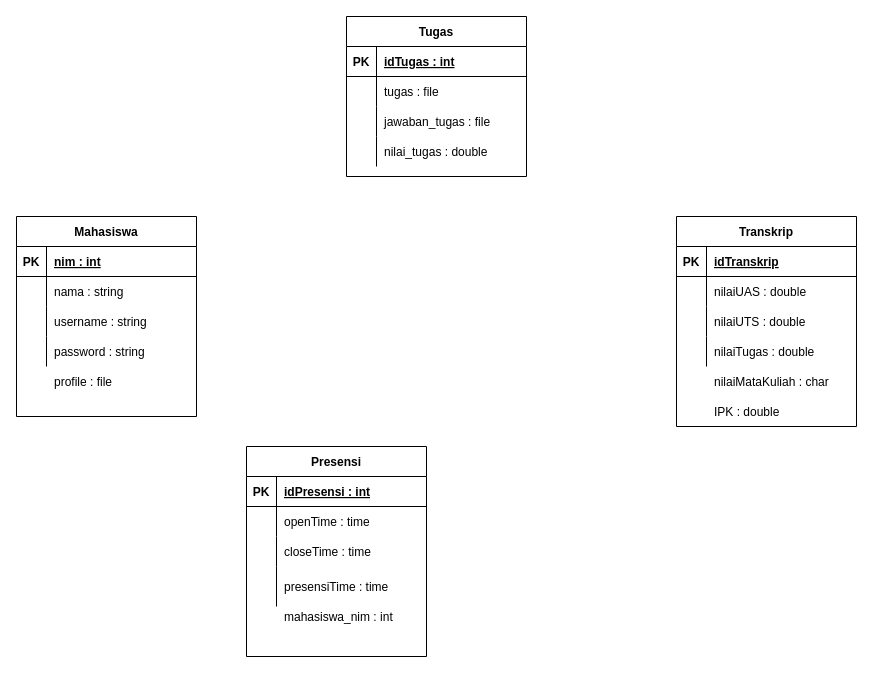
Earlier version of the draw.io diagram page "PDM" (9 of 9) of Untitled Diagram.drawio (Aryanda04/File-common). Source tidied: cells renumbered, new cells numbered last; positions are measured from the earlier drawing's top-left corner, leaving out a move shared by most shapes. Both pictures are drawn from the tidied source at 100%, with x=0, y=0 at pixel (16, 16).
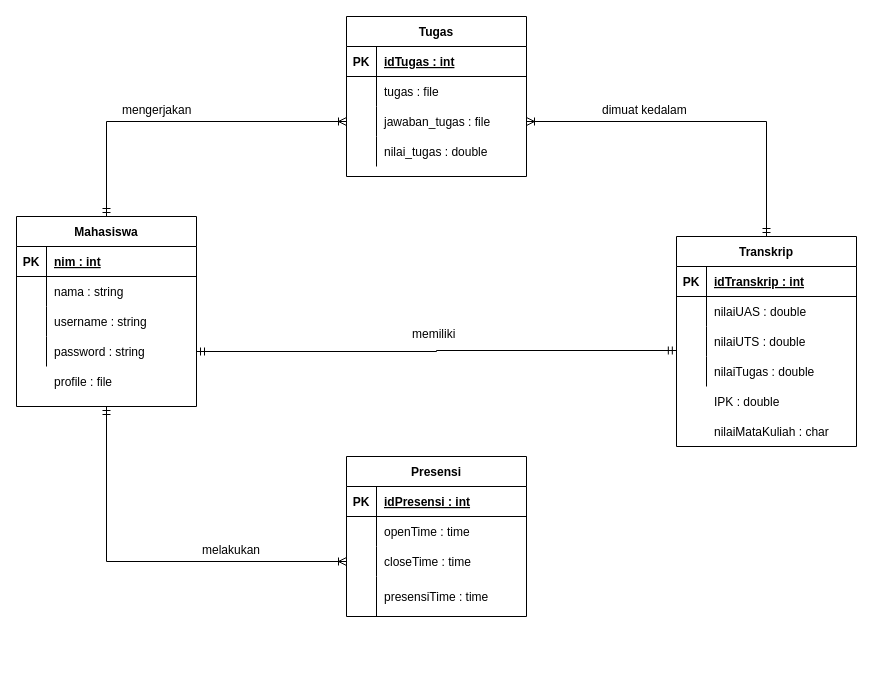
Above is the later version.

Unchanged cells that the change refers to:
```xml
<mxCell id="12" style="shape=partialRectangle;fillColor=none;top=0;left=0;bottom=0;right=0;points=[[0,0.5],[1,0.5]];portConstraint=eastwest;" parent="2" vertex="1">
  <mxGeometry y="120" width="180" height="30" as="geometry" />
</mxCell>
<mxCell id="22" style="shape=partialRectangle;fillColor=none;top=0;left=0;bottom=0;right=0;points=[[0,0.5],[1,0.5]];portConstraint=eastwest;" parent="15" vertex="1">
  <mxGeometry y="90" width="180" height="30" as="geometry" />
</mxCell>
<mxCell id="29" style="shape=partialRectangle;fillColor=none;top=0;left=0;bottom=1;right=0;" parent="28" vertex="1">
  <mxGeometry y="30" width="180" height="30" as="geometry" />
</mxCell>
<mxCell id="35" style="shape=partialRectangle;fillColor=none;top=0;left=0;bottom=0;right=0;points=[[0,0.5],[1,0.5]];portConstraint=eastwest;" parent="28" vertex="1">
  <mxGeometry y="90" width="180" height="30" as="geometry" />
</mxCell>
<mxCell id="50" style="shape=partialRectangle;fillColor=none;top=0;left=0;bottom=0;right=0;points=[[0,0.5],[1,0.5]];portConstraint=eastwest;" parent="43" vertex="1">
  <mxGeometry y="90" width="180" height="30" as="geometry" />
</mxCell>
```

The edit, as a diff of the source:
```diff
@@
     <mxCell id="2" value="Mahasiswa" style="shape=table;startSize=30;childLayout=tableLayout;rowLines=0;fontStyle=1;align=center;" parent="1" vertex="1">
-      <mxGeometry y="200" width="180" height="200" as="geometry" />
+      <mxGeometry y="200" width="180" height="190" as="geometry" />
     </mxCell>
@@
     <mxCell id="28" value="Transkrip" style="shape=table;startSize=30;childLayout=tableLayout;rowLines=0;fontStyle=1;align=center;" parent="1" vertex="1">
-      <mxGeometry x="660" y="200" width="180" height="210" as="geometry" />
+      <mxGeometry x="660" y="220" width="180" height="210" as="geometry" />
     </mxCell>
@@
-    <mxCell id="31" value="idTranskrip" style="shape=partialRectangle;fillColor=none;top=0;left=0;bottom=0;right=0;align=left;spacingLeft=6;fontStyle=5;overflow=hidden;" parent="29" vertex="1">
+    <mxCell id="31" value="idTranskrip : int" style="shape=partialRectangle;fillColor=none;top=0;left=0;bottom=0;right=0;align=left;spacingLeft=6;fontStyle=5;overflow=hidden;" parent="29" vertex="1">
       <mxGeometry x="30" width="150" height="30" as="geometry" />
     </mxCell>
@@
     <mxCell id="43" value="Presensi" style="shape=table;startSize=30;childLayout=tableLayout;rowLines=0;fontStyle=1;align=center;" parent="1" vertex="1">
-      <mxGeometry x="230" y="430" width="180" height="210" as="geometry" />
+      <mxGeometry x="330" y="440" width="180" height="160" as="geometry" />
     </mxCell>
@@
-    <mxCell id="59" value="mahasiswa_nim : int" style="shape=partialRectangle;fillColor=none;top=0;left=0;bottom=0;right=0;align=left;spacingLeft=6;overflow=hidden;" parent="1" vertex="1">
-      <mxGeometry x="260" y="580" width="150" height="40" as="geometry" />
-    </mxCell>
     <mxCell id="60" value="nilaiMataKuliah : char" style="shape=partialRectangle;fillColor=none;top=0;left=0;bottom=0;right=0;align=left;spacingLeft=6;overflow=hidden;" parent="1" vertex="1">
-      <mxGeometry x="690" y="350" width="150" height="30" as="geometry" />
+      <mxGeometry x="690" y="400" width="150" height="30" as="geometry" />
     </mxCell>
     <mxCell id="61" value="IPK : double" style="shape=partialRectangle;fillColor=none;top=0;left=0;bottom=0;right=0;align=left;spacingLeft=6;overflow=hidden;" parent="1" vertex="1">
-      <mxGeometry x="690" y="380" width="150" height="30" as="geometry" />
+      <mxGeometry x="690" y="370" width="150" height="30" as="geometry" />
     </mxCell>
+    <mxCell id="62" style="fontSize=12;html=1;endArrow=ERmandOne;startArrow=ERmandOne;rounded=0;edgeStyle=orthogonalEdgeStyle;entryX=-0.001;entryY=0.8;entryDx=0;entryDy=0;entryPerimeter=0;" parent="1" edge="1" source="12" target="35">
+      <mxGeometry relative="1" as="geometry" />
+    </mxCell>
+    <mxCell id="63" style="edgeStyle=orthogonalEdgeStyle;fontSize=12;html=1;endArrow=ERoneToMany;startArrow=ERmandOne;rounded=0;exitX=0.5;exitY=0;exitDx=0;exitDy=0;entryX=0;entryY=0.5;entryDx=0;entryDy=0;" parent="1" edge="1" source="2" target="22">
+      <mxGeometry relative="1" as="geometry" />
+    </mxCell>
+    <mxCell id="64" style="edgeStyle=orthogonalEdgeStyle;fontSize=12;html=1;endArrow=ERoneToMany;startArrow=ERmandOne;rounded=0;entryX=1;entryY=0.5;entryDx=0;entryDy=0;" parent="1" edge="1" source="28" target="22">
+      <mxGeometry relative="1" as="geometry" />
+    </mxCell>
+    <mxCell id="65" style="edgeStyle=orthogonalEdgeStyle;fontSize=12;html=1;endArrow=ERoneToMany;startArrow=ERmandOne;rounded=0;exitX=0.5;exitY=1;exitDx=0;exitDy=0;entryX=0;entryY=0.5;entryDx=0;entryDy=0;" parent="1" edge="1" source="2" target="50">
+      <mxGeometry relative="1" as="geometry" />
+    </mxCell>
+    <mxCell id="66" value="mengerjakan" style="text;strokeColor=none;fillColor=none;spacingLeft=4;spacingRight=4;overflow=hidden;fontSize=12;" parent="1" vertex="1">
+      <mxGeometry x="100" y="80" width="80" height="30" as="geometry" />
+    </mxCell>
+    <mxCell id="67" value="melakukan" style="text;strokeColor=none;fillColor=none;spacingLeft=4;spacingRight=4;overflow=hidden;fontSize=12;" parent="1" vertex="1">
+      <mxGeometry x="180" y="520" width="80" height="30" as="geometry" />
+    </mxCell>
+    <mxCell id="68" value="memiliki" style="text;strokeColor=none;fillColor=none;spacingLeft=4;spacingRight=4;overflow=hidden;fontSize=12;" parent="1" vertex="1">
+      <mxGeometry x="390" y="304" width="70" height="30" as="geometry" />
+    </mxCell>
+    <mxCell id="69" value="dimuat kedalam" style="text;strokeColor=none;fillColor=none;spacingLeft=4;spacingRight=4;overflow=hidden;fontSize=12;" parent="1" vertex="1">
+      <mxGeometry x="580" y="80" width="130" height="30" as="geometry" />
+    </mxCell>
```
